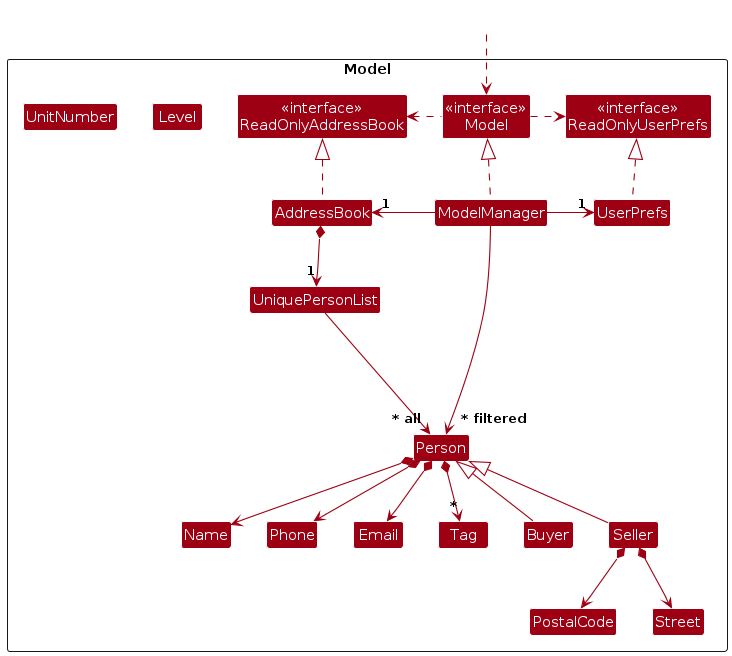
Before: diagrams/ModelClassDiagram.png, a diagram exported from PlantUML (AY2324S2-CS2103-F09-1/tp). Its source is kept beside it as diagrams/ModelClassDiagram.puml. Source of this version:
```plantuml
@startuml
!include style.puml
skinparam arrowThickness 1.1
skinparam arrowColor MODEL_COLOR
skinparam classBackgroundColor MODEL_COLOR

Package Model as ModelPackage <<Rectangle>>{
Class "<<interface>>\nReadOnlyAddressBook" as ReadOnlyAddressBook
Class "<<interface>>\nReadOnlyUserPrefs" as ReadOnlyUserPrefs
Class "<<interface>>\nModel" as Model
Class AddressBook
Class ModelManager
Class UserPrefs

Class UniquePersonList
Class Person
Class Email
Class Name
Class Phone
Class Tag
Class PostalCode
Class Street
Class Level
Class UnitNumber
Class Buyer extends Person
Class Seller extends Person

Class I #FFFFFF
}

Class HiddenOutside #FFFFFF
HiddenOutside ..> Model

AddressBook .up.|> ReadOnlyAddressBook

ModelManager .up.|> Model
Model .right.> ReadOnlyUserPrefs
Model .left.> ReadOnlyAddressBook
ModelManager -left-> "1" AddressBook
ModelManager -right-> "1" UserPrefs
UserPrefs .up.|> ReadOnlyUserPrefs

AddressBook *--> "1" UniquePersonList
UniquePersonList --> "~* all" Person
Person *--> Name
Person *--> Phone
Person *--> Email
Person *--> "*" Tag

Seller *--> PostalCode
Seller *--> Street

Person -[hidden]up--> I
UniquePersonList -[hidden]right-> I

Name -[hidden]right-> Phone

ModelManager --> "~* filtered" Person
@enduml
```
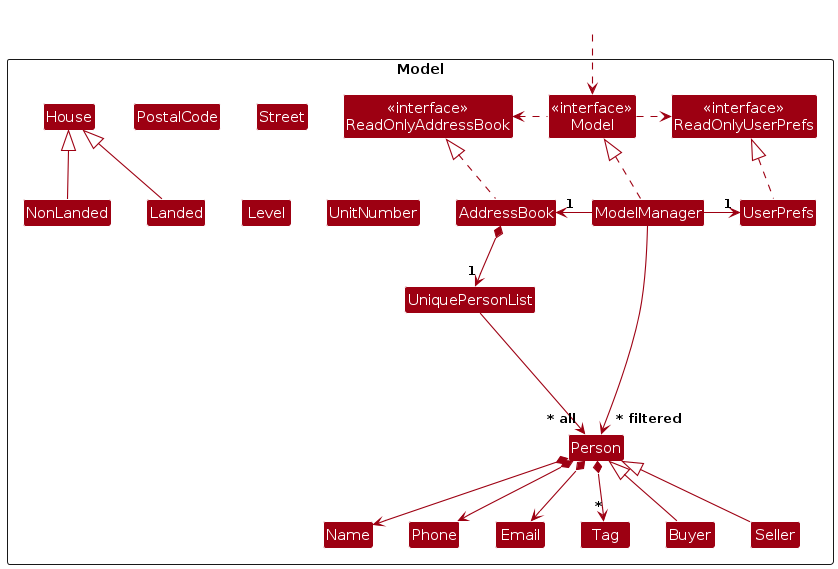
The same diagram one commit later.

The edit, as a diff of the source:
```diff
@@ -24,6 +24,9 @@
 Class UnitNumber
 Class Buyer extends Person
 Class Seller extends Person
+Class House
+Class Landed extends House
+Class NonLanded extends House
 
 Class I #FFFFFF
 }
@@ -47,13 +50,13 @@
 Person *--> Email
 Person *--> "*" Tag
 
-Seller *--> PostalCode
-Seller *--> Street
+
 
 Person -[hidden]up--> I
 UniquePersonList -[hidden]right-> I
 
 Name -[hidden]right-> Phone
 
+
 ModelManager --> "~* filtered" Person
 @enduml
```
